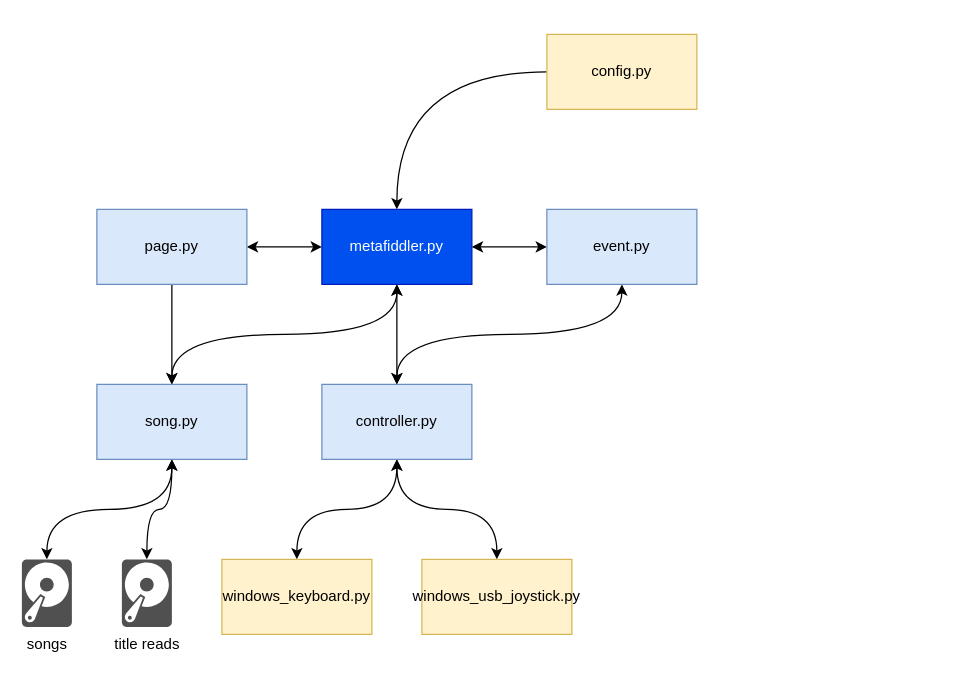
Above: page "current state" (1 of 2) of .media/process-diagram.drawio in wmpollock/metafiddler (draw.io), before the change. Source tidied: cells renumbered, new cells numbered last; positions are measured from the earlier drawing's top-left corner, leaving out a move shared by most shapes. Both pictures are drawn from the tidied source at 125%, with x=0, y=0 at pixel (21, 34).
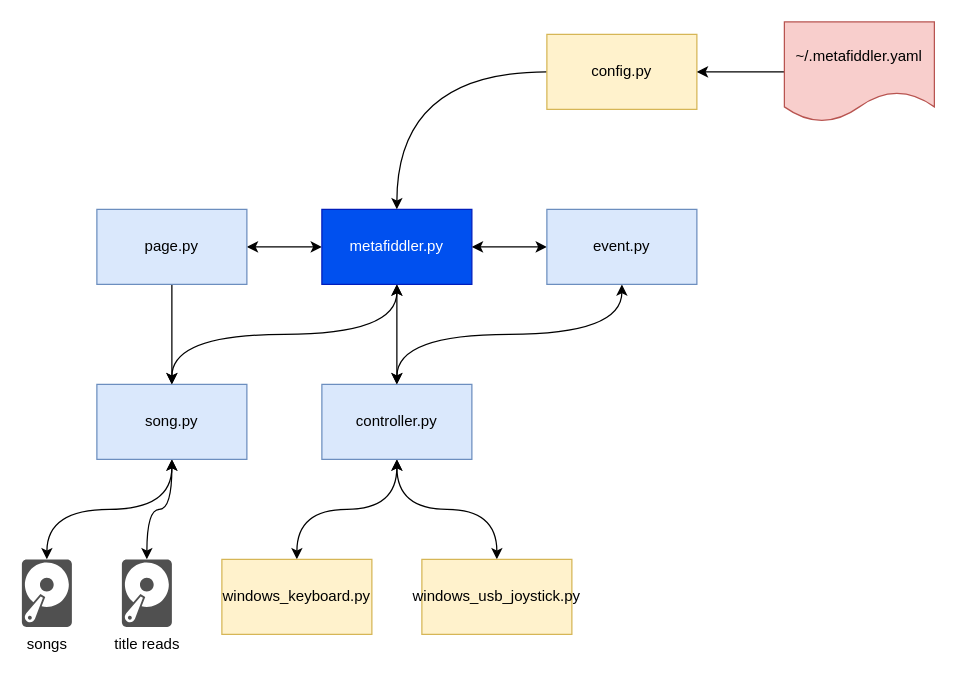
The same page after the edit.

Unchanged cells that the change refers to:
```xml
<mxCell id="10" value="config.py" style="rounded=0;whiteSpace=wrap;html=1;fillColor=#fff2cc;strokeColor=#d6b656;" parent="1" vertex="1">
  <mxGeometry x="420" width="120" height="60" as="geometry" />
</mxCell>
```

Change to the diagram source:
```diff
@@
+    <mxCell id="23" style="edgeStyle=orthogonalEdgeStyle;rounded=0;jettySize=auto;html=1;" parent="1" edge="1" source="24" target="10">
+      <mxGeometry relative="1" as="geometry" />
+    </mxCell>
+    <mxCell id="24" value="~/.metafiddler.yaml" style="shape=document;whiteSpace=wrap;html=1;boundedLbl=1;fillColor=#f8cecc;strokeColor=#b85450;" parent="1" vertex="1">
+      <mxGeometry x="610" y="-10" width="120" height="80" as="geometry" />
+    </mxCell>
```
